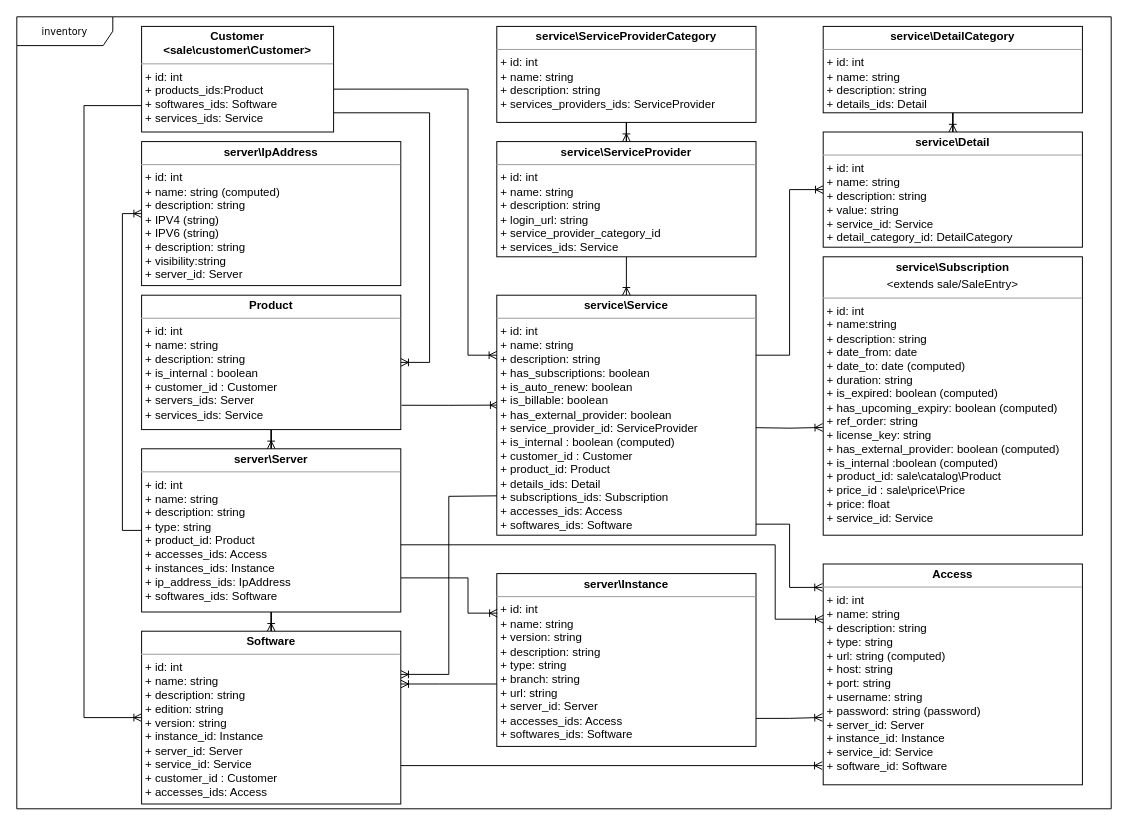
Above: docs/developer-manual/uml/inventory.drawio in yesbabylon/symbiose-doc (draw.io), before the change. Source tidied: cells renumbered, new cells numbered last; positions are measured from the earlier drawing's top-left corner, leaving out a move shared by most shapes. Both pictures are drawn from the tidied source at 96%, with x=0, y=0 at pixel (16, 16).
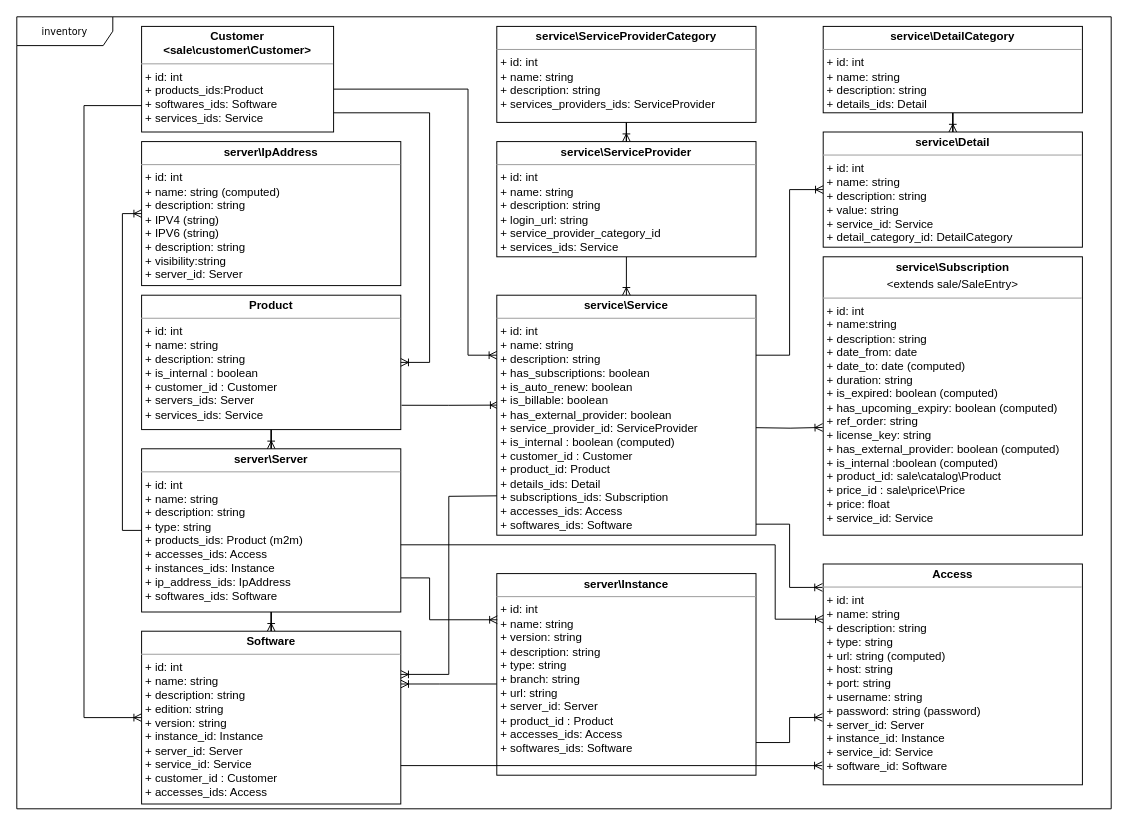
The same diagram, later.

Change to the diagram source:
```diff
@@
-    <mxCell id="9" value="&lt;p style=&quot;margin: 0px ; margin-top: 4px ; text-align: center&quot;&gt;&lt;b&gt;server\Instance&lt;/b&gt;&lt;/p&gt;&lt;hr size=&quot;1&quot;&gt;&lt;p style=&quot;margin: 0px ; margin-left: 4px&quot;&gt;+ id: int&lt;/p&gt;&lt;p style=&quot;margin: 0px 0px 0px 4px;&quot;&gt;+ name: string&lt;/p&gt;&lt;p style=&quot;margin: 0px 0px 0px 4px;&quot;&gt;+ version: string&lt;/p&gt;&lt;p style=&quot;margin: 0px 0px 0px 4px;&quot;&gt;+ description: string&lt;/p&gt;&lt;p style=&quot;margin: 0px 0px 0px 4px;&quot;&gt;+ type: string&lt;/p&gt;&lt;p style=&quot;margin: 0px 0px 0px 4px;&quot;&gt;+ branch: string&lt;/p&gt;&lt;p style=&quot;margin: 0px 0px 0px 4px;&quot;&gt;+ url: string&lt;/p&gt;&lt;p style=&quot;margin: 0px 0px 0px 4px;&quot;&gt;+ server_id: Server&lt;br&gt;&lt;/p&gt;&lt;p style=&quot;margin: 0px 0px 0px 4px;&quot;&gt;+ accesses_ids: Access&lt;/p&gt;&lt;p style=&quot;margin: 0px 0px 0px 4px;&quot;&gt;+ softwares_ids: Software&lt;/p&gt;&lt;p style=&quot;margin: 0px 0px 0px 4px;&quot;&gt;&lt;br&gt;&lt;/p&gt;&lt;p style=&quot;margin: 0px 0px 0px 4px;&quot;&gt;&lt;br&gt;&lt;/p&gt;&lt;p style=&quot;margin: 0px 0px 0px 4px;&quot;&gt;&lt;br&gt;&lt;/p&gt;&lt;p style=&quot;margin: 0px 0px 0px 4px;&quot;&gt;&lt;br&gt;&lt;/p&gt;&lt;p style=&quot;margin: 0px 0px 0px 4px;&quot;&gt;&lt;br&gt;&lt;/p&gt;&lt;p style=&quot;margin: 0px 0px 0px 4px;&quot;&gt;&lt;br&gt;&lt;/p&gt;&lt;p style=&quot;margin: 0px 0px 0px 4px;&quot;&gt;&lt;br&gt;&lt;/p&gt;" style="verticalAlign=top;align=left;overflow=fill;fontSize=12;fontFamily=Helvetica;html=1;rounded=0;shadow=0;comic=0;labelBackgroundColor=none;strokeWidth=1;" parent="1" vertex="1">
-      <mxGeometry x="500" y="580" width="270" height="180" as="geometry" />
+    <mxCell id="9" value="&lt;p style=&quot;margin: 0px ; margin-top: 4px ; text-align: center&quot;&gt;&lt;b&gt;server\Instance&lt;/b&gt;&lt;/p&gt;&lt;hr size=&quot;1&quot;&gt;&lt;p style=&quot;margin: 0px ; margin-left: 4px&quot;&gt;+ id: int&lt;/p&gt;&lt;p style=&quot;margin: 0px 0px 0px 4px&quot;&gt;+ name: string&lt;/p&gt;&lt;p style=&quot;margin: 0px 0px 0px 4px&quot;&gt;+ version: string&lt;/p&gt;&lt;p style=&quot;margin: 0px 0px 0px 4px&quot;&gt;+ description: string&lt;/p&gt;&lt;p style=&quot;margin: 0px 0px 0px 4px&quot;&gt;+ type: string&lt;/p&gt;&lt;p style=&quot;margin: 0px 0px 0px 4px&quot;&gt;+ branch: string&lt;/p&gt;&lt;p style=&quot;margin: 0px 0px 0px 4px&quot;&gt;+ url: string&lt;/p&gt;&lt;p style=&quot;margin: 0px 0px 0px 4px&quot;&gt;+ server_id: Server&lt;br&gt;&lt;/p&gt;&lt;p style=&quot;margin: 0px 0px 0px 4px&quot;&gt;+ product_id : Product&lt;/p&gt;&lt;p style=&quot;margin: 0px 0px 0px 4px&quot;&gt;&lt;span&gt;+ accesses_ids: Access&lt;/span&gt;&lt;/p&gt;&lt;p style=&quot;margin: 0px 0px 0px 4px&quot;&gt;+ softwares_ids: Software&lt;/p&gt;&lt;p style=&quot;margin: 0px 0px 0px 4px&quot;&gt;&lt;br&gt;&lt;/p&gt;&lt;p style=&quot;margin: 0px 0px 0px 4px&quot;&gt;&lt;br&gt;&lt;/p&gt;&lt;p style=&quot;margin: 0px 0px 0px 4px&quot;&gt;&lt;br&gt;&lt;/p&gt;&lt;p style=&quot;margin: 0px 0px 0px 4px&quot;&gt;&lt;br&gt;&lt;/p&gt;&lt;p style=&quot;margin: 0px 0px 0px 4px&quot;&gt;&lt;br&gt;&lt;/p&gt;&lt;p style=&quot;margin: 0px 0px 0px 4px&quot;&gt;&lt;br&gt;&lt;/p&gt;&lt;p style=&quot;margin: 0px 0px 0px 4px&quot;&gt;&lt;br&gt;&lt;/p&gt;" style="verticalAlign=top;align=left;overflow=fill;fontSize=12;fontFamily=Helvetica;html=1;rounded=0;shadow=0;comic=0;labelBackgroundColor=none;strokeWidth=1;" parent="1" vertex="1">
+      <mxGeometry x="500" y="580" width="270" height="210" as="geometry" />
     </mxCell>
@@
     <mxCell id="12" style="edgeStyle=orthogonalEdgeStyle;rounded=0;jettySize=auto;html=1;entryX=0.002;entryY=0.229;entryDx=0;entryDy=0;endArrow=ERoneToMany;endFill=0;exitX=1.001;exitY=0.791;exitDx=0;exitDy=0;strokeColor=#000000;exitPerimeter=0;entryPerimeter=0;" parent="1" edge="1" source="13" target="9">
       <mxGeometry relative="1" as="geometry">
         <Array as="points">
-          <mxPoint x="470" y="585" />
-          <mxPoint x="470" y="621" />
+          <mxPoint x="430" y="585" />
+          <mxPoint x="430" y="628" />
         </Array>
       </mxGeometry>
     </mxCell>
-    <mxCell id="13" value="&lt;p style=&quot;margin: 0px ; margin-top: 4px ; text-align: center&quot;&gt;&lt;b&gt;server\Server&lt;/b&gt;&lt;/p&gt;&lt;hr size=&quot;1&quot;&gt;&lt;p style=&quot;margin: 0px ; margin-left: 4px&quot;&gt;+ id: int&lt;/p&gt;&lt;p style=&quot;margin: 0px 0px 0px 4px&quot;&gt;+ name: string&amp;nbsp;&lt;/p&gt;&lt;p style=&quot;margin: 0px 0px 0px 4px&quot;&gt;+ description: string&lt;/p&gt;&lt;p style=&quot;margin: 0px 0px 0px 4px&quot;&gt;+ type: string&lt;/p&gt;&lt;p style=&quot;margin: 0px 0px 0px 4px&quot;&gt;+ product_id: Product&lt;br&gt;&lt;/p&gt;&lt;p style=&quot;margin: 0px 0px 0px 4px&quot;&gt;+ accesses_ids: Access&lt;/p&gt;&lt;p style=&quot;margin: 0px 0px 0px 4px&quot;&gt;+ instances_ids: Instance&lt;/p&gt;&lt;p style=&quot;margin: 0px 0px 0px 4px&quot;&gt;&lt;span style=&quot;background-color: initial;&quot;&gt;+ ip_address_ids: IpAddress&lt;/span&gt;&lt;br&gt;&lt;/p&gt;&lt;p style=&quot;margin: 0px 0px 0px 4px&quot;&gt;+ softwares_ids: Software&lt;/p&gt;&lt;p style=&quot;margin: 0px 0px 0px 4px&quot;&gt;&lt;br&gt;&lt;/p&gt;&lt;p style=&quot;margin: 0px 0px 0px 4px&quot;&gt;&lt;br&gt;&lt;/p&gt;&lt;p style=&quot;margin: 0px 0px 0px 4px&quot;&gt;&lt;br&gt;&lt;/p&gt;&lt;p style=&quot;margin: 0px 0px 0px 4px&quot;&gt;&lt;br&gt;&lt;/p&gt;&lt;p style=&quot;margin: 0px 0px 0px 4px&quot;&gt;&lt;br&gt;&lt;/p&gt;&lt;p style=&quot;margin: 0px 0px 0px 4px&quot;&gt;&lt;br&gt;&lt;/p&gt;&lt;p style=&quot;margin: 0px 0px 0px 4px&quot;&gt;&lt;br&gt;&lt;/p&gt;" style="verticalAlign=top;align=left;overflow=fill;fontSize=12;fontFamily=Helvetica;html=1;rounded=0;shadow=0;comic=0;labelBackgroundColor=none;strokeWidth=1;" parent="1" vertex="1">
+    <mxCell id="13" value="&lt;p style=&quot;margin: 0px ; margin-top: 4px ; text-align: center&quot;&gt;&lt;b&gt;server\Server&lt;/b&gt;&lt;/p&gt;&lt;hr size=&quot;1&quot;&gt;&lt;p style=&quot;margin: 0px ; margin-left: 4px&quot;&gt;+ id: int&lt;/p&gt;&lt;p style=&quot;margin: 0px 0px 0px 4px&quot;&gt;+ name: string&amp;nbsp;&lt;/p&gt;&lt;p style=&quot;margin: 0px 0px 0px 4px&quot;&gt;+ description: string&lt;/p&gt;&lt;p style=&quot;margin: 0px 0px 0px 4px&quot;&gt;+ type: string&lt;/p&gt;&lt;p style=&quot;margin: 0px 0px 0px 4px&quot;&gt;+ products_ids: Product (m2m)&lt;br&gt;&lt;/p&gt;&lt;p style=&quot;margin: 0px 0px 0px 4px&quot;&gt;+ accesses_ids: Access&lt;/p&gt;&lt;p style=&quot;margin: 0px 0px 0px 4px&quot;&gt;+ instances_ids: Instance&lt;/p&gt;&lt;p style=&quot;margin: 0px 0px 0px 4px&quot;&gt;&lt;span&gt;+ ip_address_ids: IpAddress&lt;/span&gt;&lt;br&gt;&lt;/p&gt;&lt;p style=&quot;margin: 0px 0px 0px 4px&quot;&gt;+ softwares_ids: Software&lt;/p&gt;&lt;p style=&quot;margin: 0px 0px 0px 4px&quot;&gt;&lt;br&gt;&lt;/p&gt;&lt;p style=&quot;margin: 0px 0px 0px 4px&quot;&gt;&lt;br&gt;&lt;/p&gt;&lt;p style=&quot;margin: 0px 0px 0px 4px&quot;&gt;&lt;br&gt;&lt;/p&gt;&lt;p style=&quot;margin: 0px 0px 0px 4px&quot;&gt;&lt;br&gt;&lt;/p&gt;&lt;p style=&quot;margin: 0px 0px 0px 4px&quot;&gt;&lt;br&gt;&lt;/p&gt;&lt;p style=&quot;margin: 0px 0px 0px 4px&quot;&gt;&lt;br&gt;&lt;/p&gt;&lt;p style=&quot;margin: 0px 0px 0px 4px&quot;&gt;&lt;br&gt;&lt;/p&gt;" style="verticalAlign=top;align=left;overflow=fill;fontSize=12;fontFamily=Helvetica;html=1;rounded=0;shadow=0;comic=0;labelBackgroundColor=none;strokeWidth=1;" parent="1" vertex="1">
       <mxGeometry x="130" y="450" width="270" height="170" as="geometry" />
     </mxCell>
```
